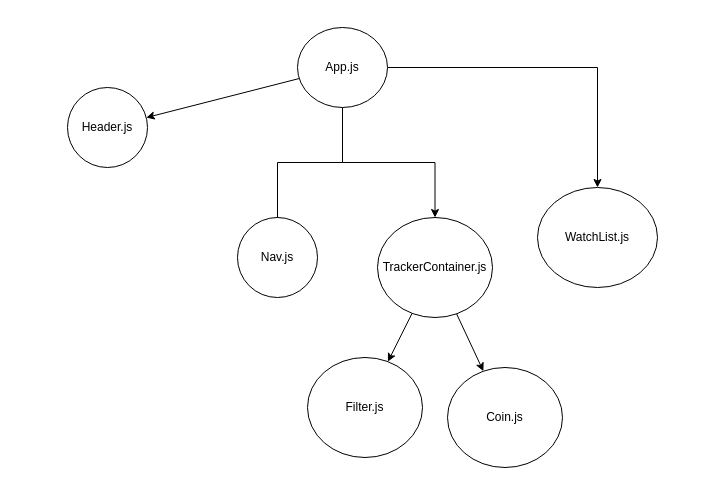
Above: flowchart.drawio in mikestarrdev/unrekt-crypto-tracker (draw.io), before the change. Source tidied: cells renumbered, new cells numbered last; positions are measured from the earlier drawing's top-left corner, leaving out a move shared by most shapes. Both pictures are drawn from the tidied source at 100%, with x=0, y=0 at pixel (67, 27).
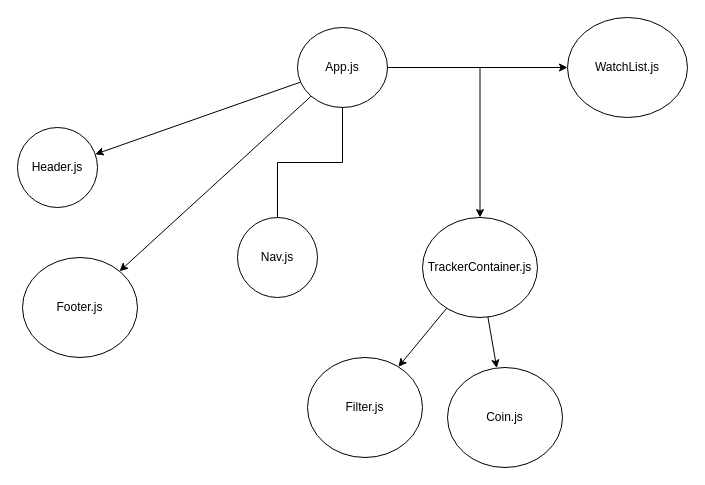
After the change.

Diff of the diagram source:
```diff
@@
 <mxGraphModel>
   <root>
     <mxCell id="0" />
     <mxCell id="1" parent="0" />
     <mxCell id="2" style="edgeStyle=orthogonalEdgeStyle;rounded=0;jettySize=auto;html=1;" parent="1" edge="1" source="5" target="9">
       <mxGeometry relative="1" as="geometry" />
     </mxCell>
     <mxCell id="3" style="edgeStyle=orthogonalEdgeStyle;rounded=0;jettySize=auto;html=1;" parent="1" edge="1" source="5" target="10">
       <mxGeometry relative="1" as="geometry" />
     </mxCell>
     <mxCell id="4" style="edgeStyle=none;html=1;" parent="1" edge="1" source="5" target="6">
       <mxGeometry relative="1" as="geometry" />
     </mxCell>
+    <mxCell id="15" style="edgeStyle=none;html=1;" parent="1" edge="1" source="5" target="16">
+      <mxGeometry relative="1" as="geometry" />
+    </mxCell>
     <mxCell id="5" value="App.js" style="ellipse;whiteSpace=wrap;html=1;" parent="1" vertex="1">
       <mxGeometry x="230" width="90" height="80" as="geometry" />
     </mxCell>
     <mxCell id="6" value="Header.js" style="ellipse;whiteSpace=wrap;html=1;" parent="1" vertex="1">
-      <mxGeometry y="60" width="80" height="80" as="geometry" />
+      <mxGeometry x="-50" y="100" width="80" height="80" as="geometry" />
     </mxCell>
     <mxCell id="7" style="edgeStyle=none;html=1;" parent="1" edge="1" source="9" target="13">
       <mxGeometry relative="1" as="geometry" />
     </mxCell>
     <mxCell id="8" style="edgeStyle=none;html=1;" parent="1" edge="1" source="9" target="14">
       <mxGeometry relative="1" as="geometry" />
     </mxCell>
     <mxCell id="9" value="TrackerContainer.js" style="ellipse;whiteSpace=wrap;html=1;" parent="1" vertex="1">
-      <mxGeometry x="310" y="190" width="115" height="100" as="geometry" />
+      <mxGeometry x="355" y="190" width="115" height="100" as="geometry" />
     </mxCell>
     <mxCell id="10" value="WatchList.js" style="ellipse;whiteSpace=wrap;html=1;" parent="1" vertex="1">
-      <mxGeometry x="470" y="160" width="120" height="100" as="geometry" />
+      <mxGeometry x="500" y="-10" width="120" height="100" as="geometry" />
     </mxCell>
     <mxCell id="11" value="Nav.js" style="ellipse;whiteSpace=wrap;html=1;" parent="1" vertex="1">
       <mxGeometry x="170" y="190" width="80" height="80" as="geometry" />
     </mxCell>
     <mxCell id="12" style="edgeStyle=orthogonalEdgeStyle;rounded=0;jettySize=auto;html=1;endArrow=none;" parent="1" edge="1" source="5" target="11">
       <mxGeometry relative="1" as="geometry" />
     </mxCell>
     <mxCell id="13" value="Filter.js" style="ellipse;whiteSpace=wrap;html=1;" parent="1" vertex="1">
       <mxGeometry x="240" y="330" width="115" height="100" as="geometry" />
     </mxCell>
     <mxCell id="14" value="Coin.js" style="ellipse;whiteSpace=wrap;html=1;" parent="1" vertex="1">
       <mxGeometry x="380" y="340" width="115" height="100" as="geometry" />
     </mxCell>
+    <mxCell id="16" value="Footer.js" style="ellipse;whiteSpace=wrap;html=1;" parent="1" vertex="1">
+      <mxGeometry x="-45" y="230" width="115" height="100" as="geometry" />
+    </mxCell>
   </root>
 </mxGraphModel>
```
